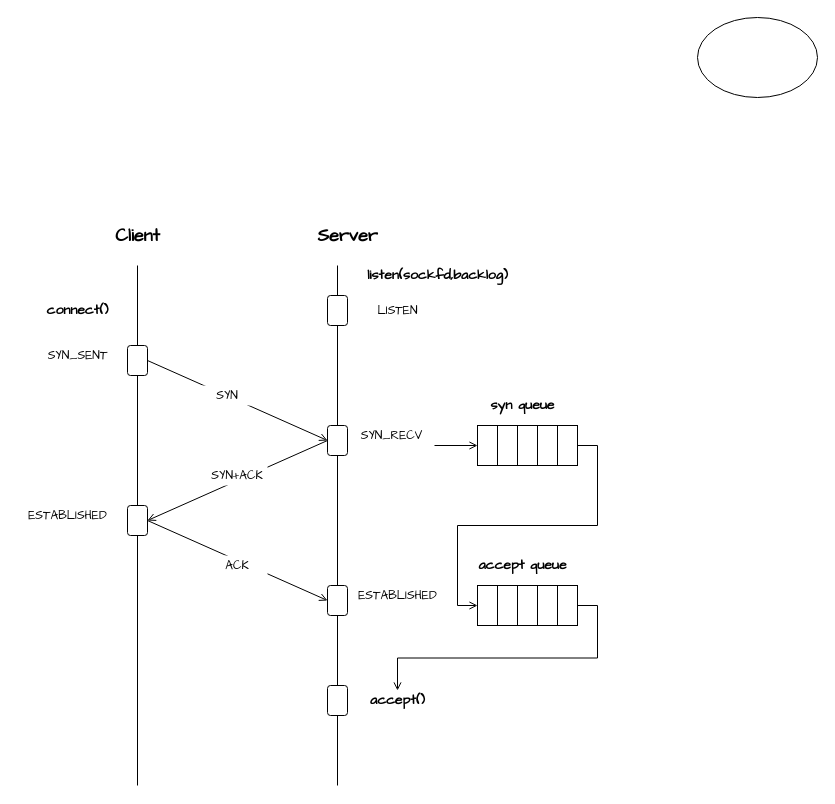
Above: 未命名绘图.drawio in XiaoWeiKIN/k8s (draw.io), before the change. Source tidied: cells renumbered, new cells numbered last; positions are measured from the earlier drawing's top-left corner, leaving out a move shared by most shapes. Both pictures are drawn from the tidied source at 100%, with x=0, y=0 at pixel (17, 17).
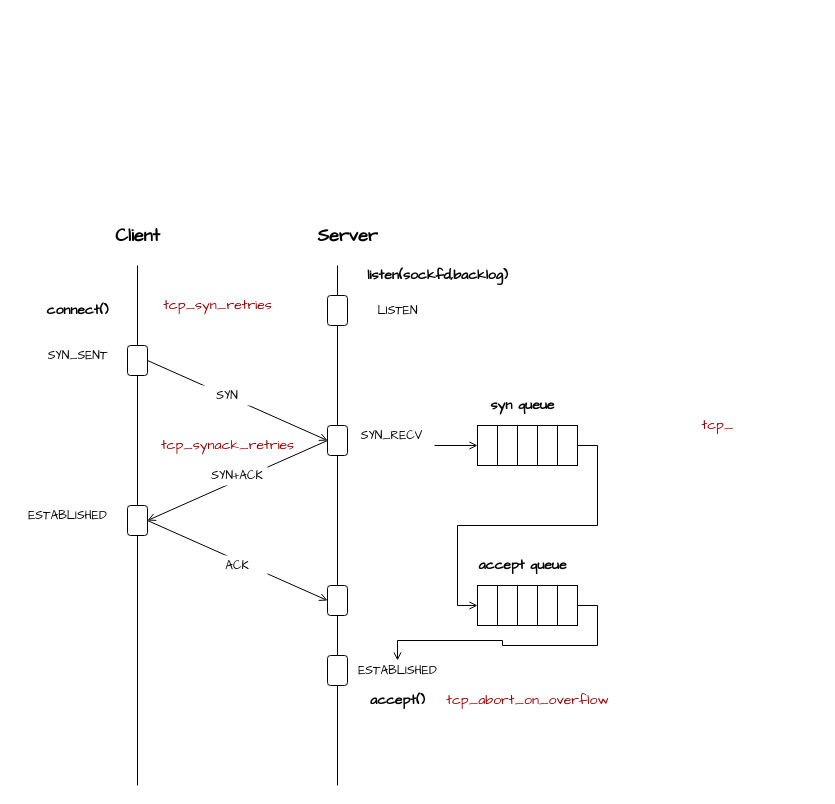
Above is the later version.

Commit message:
更新未命名绘图.drawio

The change refers to these unchanged cells:
```xml
<mxCell id="24" style="rounded=0;whiteSpace=wrap;html=1;strokeWidth=1;" parent="1" vertex="1">
  <mxGeometry x="540" y="568" width="20" height="40" as="geometry" />
</mxCell>
<mxCell id="38" value="&lt;b style=&quot;font-family: &amp;#34;comic sans ms&amp;#34;&quot;&gt;&lt;font style=&quot;font-size: 14px&quot;&gt;accept()&lt;/font&gt;&lt;/b&gt;" style="text;html=1;align=center;verticalAlign=middle;points=[];fillColor=none;strokeColor=none;rounded=0;" parent="1" vertex="1">
  <mxGeometry x="345" y="673" width="70" height="20" as="geometry" />
</mxCell>
```

Diff of the diagram source:
```diff
@@
-    <mxCell id="23" style="edgeStyle=orthogonalEdgeStyle;rounded=0;jettySize=auto;html=1;exitX=1;exitY=0.5;exitDx=0;exitDy=0;endArrow=open;endFill=0;strokeWidth=1;" parent="1" edge="1" source="24" target="38">
-      <mxGeometry relative="1" as="geometry" />
-    </mxCell>
@@
-    <mxCell id="28" value="&lt;font face=&quot;Comic Sans MS&quot;&gt;ESTABLISHED&lt;/font&gt;" style="text;html=1;align=center;verticalAlign=middle;points=[];fillColor=none;strokeColor=none;rounded=0;" parent="1" vertex="1">
-      <mxGeometry x="330" y="568" width="100" height="20" as="geometry" />
-    </mxCell>
@@
     <mxCell id="36" style="rounded=1;whiteSpace=wrap;html=1;" parent="1" vertex="1">
-      <mxGeometry x="310" y="668" width="20" height="30" as="geometry" />
+      <mxGeometry x="310" y="638" width="20" height="30" as="geometry" />
     </mxCell>
@@
-    <mxCell id="45" style="ellipse;whiteSpace=wrap;html=1;strokeWidth=1;" parent="1" vertex="1">
-      <mxGeometry x="680" width="120" height="80" as="geometry" />
-    </mxCell>
+    <mxCell id="46" value="&lt;span style=&quot;color: rgb(153 , 0 , 0) ; font-family: &amp;#34;comic sans ms&amp;#34; ; font-size: 14px&quot;&gt;tcp_syn_retries&lt;/span&gt;" style="text;html=1;align=center;verticalAlign=middle;fillColor=none;strokeColor=none;rounded=0;" parent="1" vertex="1">
+      <mxGeometry x="140" y="278" width="120" height="20" as="geometry" />
+    </mxCell>
+    <mxCell id="47" value="&lt;span style=&quot;color: rgb(153 , 0 , 0) ; font-family: &amp;#34;comic sans ms&amp;#34; ; font-size: 14px&quot;&gt;tcp_synack_retries&lt;/span&gt;" style="text;html=1;align=center;verticalAlign=middle;fillColor=none;strokeColor=none;rounded=0;" parent="1" vertex="1">
+      <mxGeometry x="140" y="418" width="140" height="20" as="geometry" />
+    </mxCell>
+    <mxCell id="48" value="&lt;span style=&quot;color: rgb(153 , 0 , 0) ; font-family: &amp;#34;comic sans ms&amp;#34; ; font-size: 14px&quot;&gt;tcp_abort_on_overflow&lt;/span&gt;" style="text;html=1;align=center;verticalAlign=middle;fillColor=none;strokeColor=none;rounded=0;" parent="1" vertex="1">
+      <mxGeometry x="425" y="673" width="170" height="20" as="geometry" />
+    </mxCell>
+    <mxCell id="49" value="&lt;span style=&quot;color: rgb(153 , 0 , 0) ; font-family: &amp;#34;comic sans ms&amp;#34; ; font-size: 14px&quot;&gt;tcp_&lt;/span&gt;" style="text;html=1;align=center;verticalAlign=middle;fillColor=none;strokeColor=none;rounded=0;" parent="1" vertex="1">
+      <mxGeometry x="675" y="398" width="50" height="20" as="geometry" />
+    </mxCell>
+    <mxCell id="28" value="&lt;font face=&quot;Comic Sans MS&quot;&gt;ESTABLISHED&lt;/font&gt;" style="text;html=1;align=center;verticalAlign=middle;points=[];fillColor=none;strokeColor=none;rounded=0;" parent="1" vertex="1">
+      <mxGeometry x="330" y="643" width="100" height="20" as="geometry" />
+    </mxCell>
+    <mxCell id="50" style="edgeStyle=orthogonalEdgeStyle;rounded=0;jettySize=auto;html=1;exitX=1;exitY=0.5;exitDx=0;exitDy=0;endArrow=open;endFill=0;strokeWidth=1;" parent="1" edge="1" source="24" target="28">
+      <mxGeometry relative="1" as="geometry" />
+    </mxCell>
```
